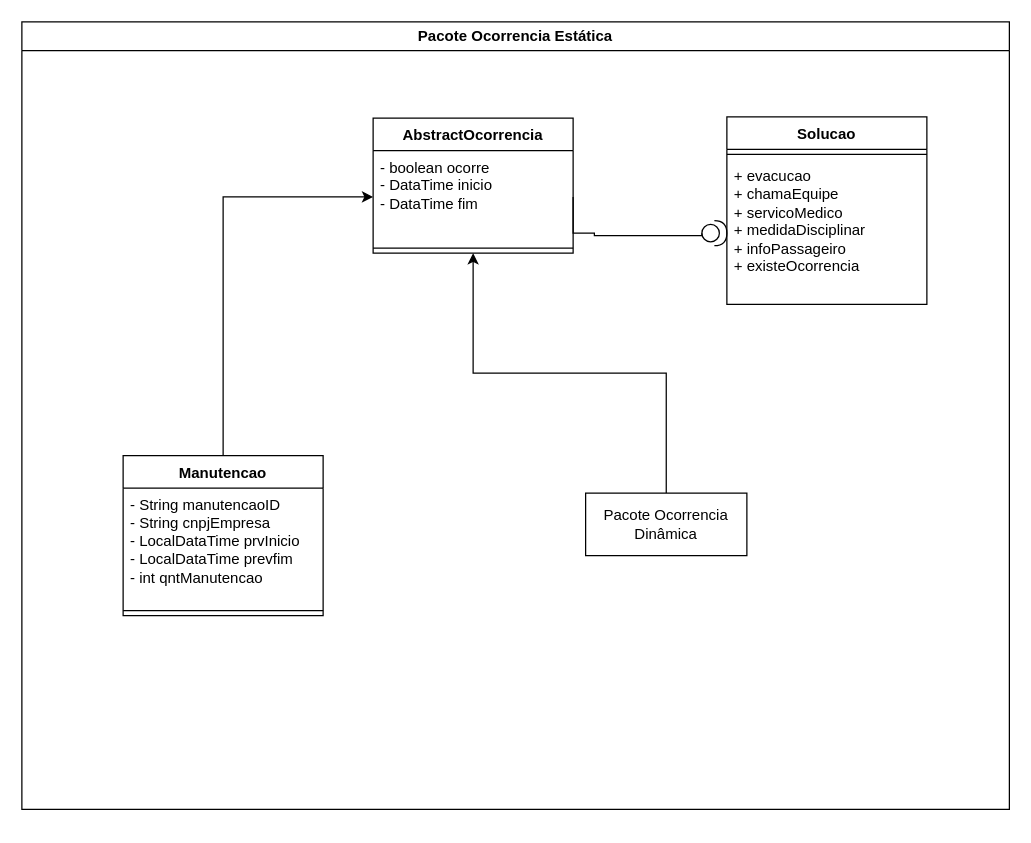
The draw.io diagram page "Ocorrencia Estática" (1 of 4) of modelagemMalhaFerroviaria.drawio in mariaalicen/DiagramasUML, before the edit. Source tidied: cells renumbered, new cells numbered last; positions are measured from the earlier drawing's top-left corner, leaving out a move shared by most shapes. Both pictures are drawn from the tidied source at 125%, with x=0, y=0 at pixel (21, 21).
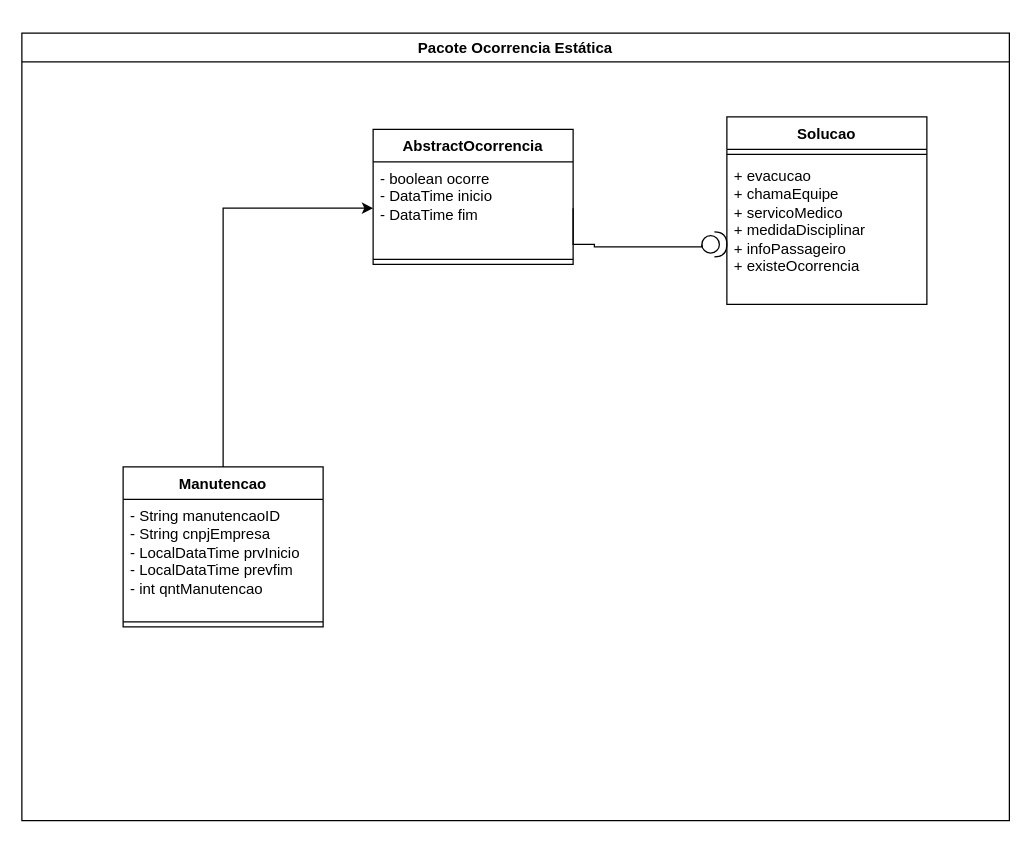
Above is the later version.

Change to the diagram source:
```diff
@@
 <mxGraphModel>
   <root>
     <mxCell id="0" />
     <mxCell id="1" parent="0" />
     <mxCell id="2" value="Solucao" style="swimlane;fontStyle=1;align=center;verticalAlign=top;horizontal=1;startSize=26;whiteSpace=wrap;html=1;" parent="1" vertex="1">
       <mxGeometry x="564" y="76" width="160" height="150" as="geometry" />
     </mxCell>
     <mxCell id="3" style="line;strokeWidth=1;fillColor=none;align=left;verticalAlign=middle;spacingTop=-1;spacingLeft=3;spacingRight=3;labelPosition=right;strokeColor=inherit;" parent="2" vertex="1">
       <mxGeometry y="26" width="160" height="8" as="geometry" />
     </mxCell>
     <mxCell id="4" value="+ evacucao&lt;div&gt;+ chamaEquipe&lt;/div&gt;&lt;div&gt;+ servicoMedico&amp;nbsp;&lt;/div&gt;&lt;div&gt;+ medidaDisciplinar&lt;/div&gt;&lt;div&gt;+ infoPassageiro&lt;/div&gt;&lt;div&gt;+ existeOcorrencia&lt;/div&gt;" style="text;strokeColor=none;fillColor=none;align=left;verticalAlign=top;spacingLeft=4;spacingRight=4;overflow=hidden;whiteSpace=wrap;html=1;" parent="2" vertex="1">
       <mxGeometry y="34" width="160" height="116" as="geometry" />
     </mxCell>
     <mxCell id="5" value="Pacote Ocorrencia Estática" style="swimlane;whiteSpace=wrap;html=1;" parent="1" vertex="1">
-      <mxGeometry width="790" height="630" as="geometry" />
+      <mxGeometry y="9" width="790" height="630" as="geometry" />
     </mxCell>
     <mxCell id="6" style="edgeStyle=orthogonalEdgeStyle;rounded=0;jettySize=auto;html=1;exitX=0.5;exitY=0;exitDx=0;exitDy=0;" parent="5" edge="1" source="7" target="11">
       <mxGeometry relative="1" as="geometry" />
     </mxCell>
     <mxCell id="7" value="Manutencao" style="swimlane;fontStyle=1;align=center;verticalAlign=top;horizontal=1;startSize=26;whiteSpace=wrap;html=1;" parent="5" vertex="1">
       <mxGeometry x="81" y="347" width="160" height="128" as="geometry" />
     </mxCell>
     <mxCell id="8" value="- String manutencaoID&lt;div&gt;&lt;span style=&quot;background-color: initial;&quot;&gt;- String cnpjEmpresa&lt;/span&gt;&lt;/div&gt;&lt;div&gt;&lt;span style=&quot;background-color: initial;&quot;&gt;- LocalDataTime prvInicio&lt;/span&gt;&lt;/div&gt;&lt;div&gt;&lt;span style=&quot;background-color: initial;&quot;&gt;- LocalDataTime prevfim&lt;/span&gt;&lt;/div&gt;&lt;div&gt;&lt;span style=&quot;background-color: initial;&quot;&gt;- int qntManutencao&lt;/span&gt;&lt;/div&gt;" style="text;strokeColor=none;fillColor=none;align=left;verticalAlign=top;spacingLeft=4;spacingRight=4;overflow=hidden;whiteSpace=wrap;html=1;" parent="7" vertex="1">
       <mxGeometry y="26" width="160" height="94" as="geometry" />
     </mxCell>
     <mxCell id="9" style="line;strokeWidth=1;fillColor=none;align=left;verticalAlign=middle;spacingTop=-1;spacingLeft=3;spacingRight=3;labelPosition=right;strokeColor=inherit;" parent="7" vertex="1">
       <mxGeometry y="120" width="160" height="8" as="geometry" />
     </mxCell>
     <mxCell id="10" value="AbstractOcorrencia" style="swimlane;fontStyle=1;align=center;verticalAlign=top;horizontal=1;startSize=26;whiteSpace=wrap;html=1;" parent="5" vertex="1">
       <mxGeometry x="281" y="77" width="160" height="108" as="geometry" />
     </mxCell>
     <mxCell id="11" value="- boolean ocorre&amp;nbsp;&lt;div&gt;- DataTime inicio&amp;nbsp;&lt;/div&gt;&lt;div&gt;- DataTime fim&lt;span style=&quot;background-color: initial;&quot;&gt;&amp;nbsp;&lt;/span&gt;&lt;/div&gt;" style="text;strokeColor=none;fillColor=none;align=left;verticalAlign=top;spacingLeft=4;spacingRight=4;overflow=hidden;points=[[0,0.5],[1,0.5]];portConstraint=eastwest;whiteSpace=wrap;html=1;" parent="10" vertex="1">
       <mxGeometry y="26" width="160" height="74" as="geometry" />
     </mxCell>
     <mxCell id="12" style="line;strokeWidth=1;fillColor=none;align=left;verticalAlign=middle;spacingTop=-1;spacingLeft=3;spacingRight=3;labelPosition=right;strokeColor=inherit;" parent="10" vertex="1">
       <mxGeometry y="100" width="160" height="8" as="geometry" />
     </mxCell>
     <mxCell id="13" style="shape=providedRequiredInterface;html=1;verticalLabelPosition=bottom;sketch=0;" parent="5" vertex="1">
       <mxGeometry x="544" y="159" width="20" height="20" as="geometry" />
     </mxCell>
     <mxCell id="14" style="edgeStyle=orthogonalEdgeStyle;rounded=0;jettySize=auto;html=1;exitX=0;exitY=0.5;exitDx=0;exitDy=0;exitPerimeter=0;entryX=1;entryY=0.5;entryDx=0;entryDy=0;endArrow=none;endFill=0;" parent="5" edge="1" source="13" target="11">
       <mxGeometry relative="1" as="geometry">
         <Array as="points">
           <mxPoint x="544" y="171" />
           <mxPoint x="458" y="171" />
           <mxPoint x="458" y="169" />
         </Array>
       </mxGeometry>
     </mxCell>
-    <mxCell id="15" style="edgeStyle=orthogonalEdgeStyle;rounded=0;jettySize=auto;html=1;exitX=0.5;exitY=0;exitDx=0;exitDy=0;entryX=0.5;entryY=1;entryDx=0;entryDy=0;" parent="5" edge="1" source="16" target="10">
-      <mxGeometry relative="1" as="geometry" />
-    </mxCell>
-    <mxCell id="16" value="Pacote Ocorrencia Dinâmica" style="html=1;whiteSpace=wrap;" parent="5" vertex="1">
-      <mxGeometry x="451" y="377" width="129" height="50" as="geometry" />
-    </mxCell>
   </root>
 </mxGraphModel>
```
